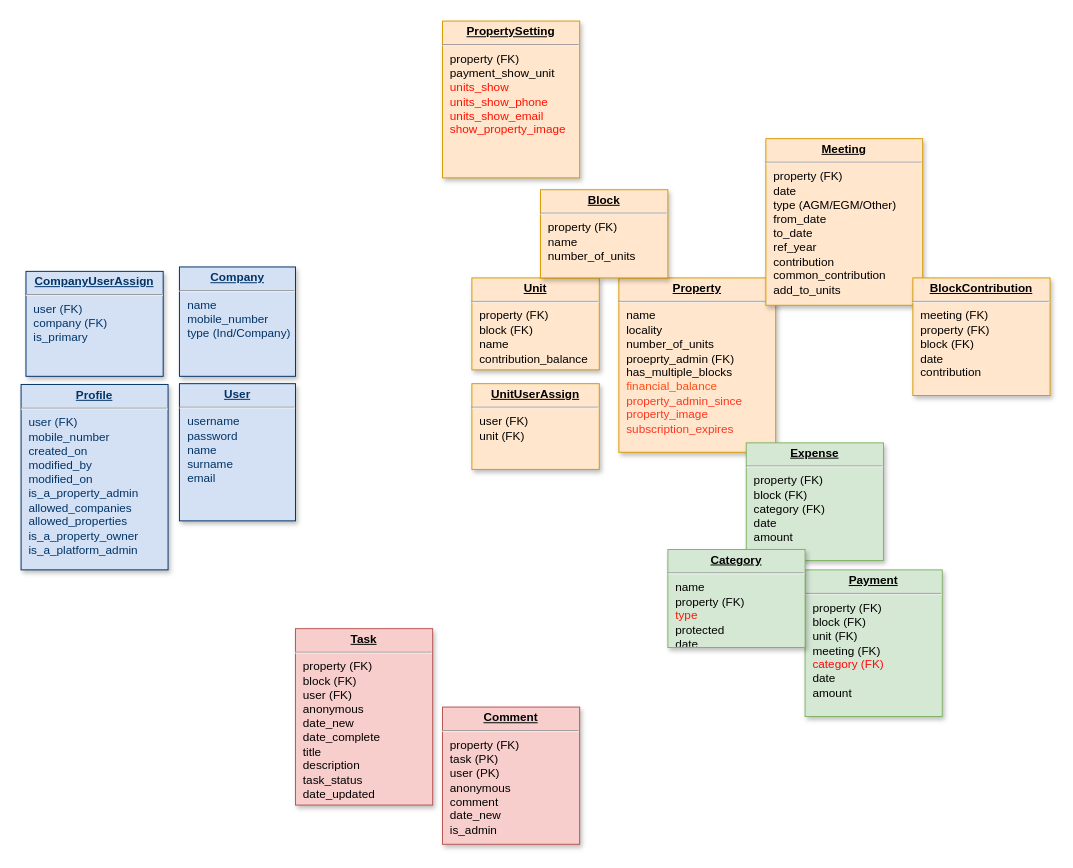
This is Untitled Diagram.drawio from gilubilu/hello-world, a draw.io file, before an edit. Source tidied: cells renumbered, new cells numbered last; positions are measured from the earlier drawing's top-left corner, leaving out a move shared by most shapes. Both pictures are drawn from the tidied source at 98%, with x=0, y=0 at pixel (21, 21).
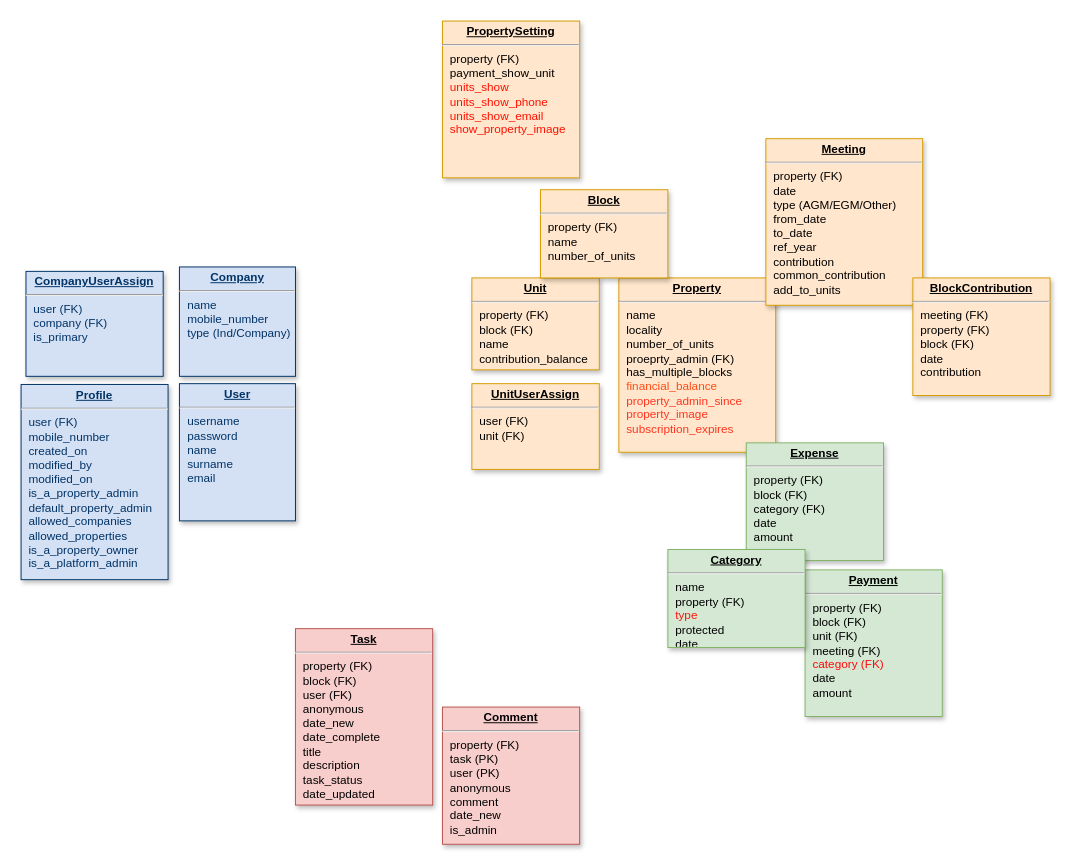
After the change.

What changed in the source:
```diff
@@
 <mxGraphModel background="#ffffff">
   <root>
     <mxCell id="0" />
     <mxCell id="1" parent="0" />
     <mxCell id="2" value="&lt;p style=&quot;margin: 0px ; margin-top: 4px ; text-align: center ; text-decoration: underline&quot;&gt;&lt;b&gt;UnitUserAssign&lt;/b&gt;&lt;/p&gt;&lt;hr&gt;&lt;p style=&quot;margin: 0px ; margin-left: 8px&quot;&gt;user (FK)&lt;/p&gt;&lt;p style=&quot;margin: 0px ; margin-left: 8px&quot;&gt;unit (FK)&lt;/p&gt;" style="verticalAlign=top;align=left;overflow=fill;fontSize=12;fontFamily=Helvetica;html=1;strokeColor=#d79b00;shadow=1;fillColor=#ffe6cc;" parent="1" vertex="1">
       <mxGeometry x="460" y="370" width="130" height="87.5" as="geometry" />
     </mxCell>
     <mxCell id="3" value="&lt;p style=&quot;margin: 0px ; margin-top: 4px ; text-align: center ; text-decoration: underline&quot;&gt;&lt;strong&gt;Unit&lt;/strong&gt;&lt;/p&gt;&lt;hr&gt;&lt;p style=&quot;margin: 0px ; margin-left: 8px&quot;&gt;property (FK)&lt;/p&gt;&lt;p style=&quot;margin: 0px ; margin-left: 8px&quot;&gt;block (FK)&lt;/p&gt;&lt;p style=&quot;margin: 0px ; margin-left: 8px&quot;&gt;name&lt;/p&gt;&lt;p style=&quot;margin: 0px ; margin-left: 8px&quot;&gt;&lt;span&gt;contribution_balance&lt;/span&gt;&lt;br&gt;&lt;/p&gt;&lt;p style=&quot;margin: 0px ; margin-left: 8px&quot;&gt;&lt;br&gt;&lt;/p&gt;" style="verticalAlign=top;align=left;overflow=fill;fontSize=12;fontFamily=Helvetica;html=1;strokeColor=#d79b00;shadow=1;fillColor=#ffe6cc;" parent="1" vertex="1">
       <mxGeometry x="460" y="262.1" width="130" height="93.8" as="geometry" />
     </mxCell>
     <mxCell id="4" value="&lt;p style=&quot;margin: 0px ; margin-top: 4px ; text-align: center ; text-decoration: underline&quot;&gt;&lt;strong&gt;Property&lt;/strong&gt;&lt;/p&gt;&lt;hr&gt;&lt;p style=&quot;margin: 0px ; margin-left: 8px&quot;&gt;name&lt;/p&gt;&lt;p style=&quot;margin: 0px ; margin-left: 8px&quot;&gt;locality&lt;/p&gt;&lt;p style=&quot;margin: 0px ; margin-left: 8px&quot;&gt;number_of_units&lt;/p&gt;&lt;p style=&quot;margin: 0px ; margin-left: 8px&quot;&gt;proeprty_admin (FK)&lt;/p&gt;&lt;p style=&quot;margin: 0px ; margin-left: 8px&quot;&gt;&lt;span&gt;has_multiple_blocks&lt;/span&gt;&lt;br&gt;&lt;/p&gt;&lt;p style=&quot;margin: 0px ; margin-left: 8px&quot;&gt;&lt;font color=&quot;#ff4d17&quot;&gt;financial_balance&lt;/font&gt;&lt;/p&gt;&lt;p style=&quot;margin: 0px ; margin-left: 8px&quot;&gt;&lt;font color=&quot;#ff351f&quot;&gt;property_admin_since&lt;/font&gt;&lt;font color=&quot;#ff4d17&quot;&gt;&lt;br&gt;&lt;/font&gt;&lt;/p&gt;&lt;p style=&quot;margin: 0px ; margin-left: 8px&quot;&gt;&lt;font color=&quot;#ff351f&quot;&gt;property_image&lt;/font&gt;&lt;/p&gt;&lt;p style=&quot;margin: 0px ; margin-left: 8px&quot;&gt;&lt;font color=&quot;#ff351f&quot;&gt;subscription_expires&lt;/font&gt;&lt;/p&gt;" style="verticalAlign=top;align=left;overflow=fill;fontSize=12;fontFamily=Helvetica;html=1;strokeColor=#d79b00;shadow=1;fillColor=#ffe6cc;" parent="1" vertex="1">
       <mxGeometry x="610" y="262.1" width="160" height="177.9" as="geometry" />
     </mxCell>
-    <mxCell id="5" value="&lt;p style=&quot;margin: 0px ; margin-top: 4px ; text-align: center ; text-decoration: underline&quot;&gt;&lt;strong&gt;Profile&lt;/strong&gt;&lt;/p&gt;&lt;hr&gt;&lt;p style=&quot;margin: 0px ; margin-left: 8px&quot;&gt;user (FK)&lt;/p&gt;&lt;p style=&quot;margin: 0px ; margin-left: 8px&quot;&gt;mobile_number&lt;/p&gt;&lt;p style=&quot;margin: 0px ; margin-left: 8px&quot;&gt;created_on&lt;/p&gt;&lt;p style=&quot;margin: 0px ; margin-left: 8px&quot;&gt;modified_by&lt;/p&gt;&lt;p style=&quot;margin: 0px ; margin-left: 8px&quot;&gt;modified_on&lt;/p&gt;&lt;p style=&quot;margin: 0px ; margin-left: 8px&quot;&gt;is_a_property_admin&lt;/p&gt;&lt;p style=&quot;margin: 0px ; margin-left: 8px&quot;&gt;allowed_companies&lt;/p&gt;&lt;p style=&quot;margin: 0px ; margin-left: 8px&quot;&gt;allowed_properties&lt;/p&gt;&lt;p style=&quot;margin: 0px ; margin-left: 8px&quot;&gt;is_a_property_owner&lt;/p&gt;&lt;p style=&quot;margin: 0px ; margin-left: 8px&quot;&gt;is_a_platform_admin&lt;/p&gt;" style="verticalAlign=top;align=left;overflow=fill;fontSize=12;fontFamily=Helvetica;html=1;strokeColor=#003366;shadow=1;fillColor=#D4E1F5;fontColor=#003366;direction=west;" parent="1" vertex="1">
-      <mxGeometry y="370.8" width="150" height="189.2" as="geometry" />
+    <mxCell id="5" value="&lt;p style=&quot;margin: 0px ; margin-top: 4px ; text-align: center ; text-decoration: underline&quot;&gt;&lt;strong&gt;Profile&lt;/strong&gt;&lt;/p&gt;&lt;hr&gt;&lt;p style=&quot;margin: 0px ; margin-left: 8px&quot;&gt;user (FK)&lt;/p&gt;&lt;p style=&quot;margin: 0px ; margin-left: 8px&quot;&gt;mobile_number&lt;/p&gt;&lt;p style=&quot;margin: 0px ; margin-left: 8px&quot;&gt;created_on&lt;/p&gt;&lt;p style=&quot;margin: 0px ; margin-left: 8px&quot;&gt;modified_by&lt;/p&gt;&lt;p style=&quot;margin: 0px ; margin-left: 8px&quot;&gt;modified_on&lt;/p&gt;&lt;p style=&quot;margin: 0px ; margin-left: 8px&quot;&gt;is_a_property_admin&lt;/p&gt;&lt;p style=&quot;margin: 0px ; margin-left: 8px&quot;&gt;default_property_admin&lt;br&gt;&lt;/p&gt;&lt;p style=&quot;margin: 0px ; margin-left: 8px&quot;&gt;allowed_companies&lt;/p&gt;&lt;p style=&quot;margin: 0px ; margin-left: 8px&quot;&gt;allowed_properties&lt;/p&gt;&lt;p style=&quot;margin: 0px ; margin-left: 8px&quot;&gt;is_a_property_owner&lt;/p&gt;&lt;p style=&quot;margin: 0px ; margin-left: 8px&quot;&gt;is_a_platform_admin&lt;/p&gt;" style="verticalAlign=top;align=left;overflow=fill;fontSize=12;fontFamily=Helvetica;html=1;strokeColor=#003366;shadow=1;fillColor=#D4E1F5;fontColor=#003366;direction=west;" parent="1" vertex="1">
+      <mxGeometry y="370.8" width="150" height="199.2" as="geometry" />
     </mxCell>
     <mxCell id="6" value="&lt;p style=&quot;margin: 0px ; margin-top: 4px ; text-align: center ; text-decoration: underline&quot;&gt;&lt;b&gt;User&lt;/b&gt;&lt;/p&gt;&lt;hr&gt;&lt;p style=&quot;margin: 0px ; margin-left: 8px&quot;&gt;username&lt;/p&gt;&lt;p style=&quot;margin: 0px ; margin-left: 8px&quot;&gt;password&lt;/p&gt;&lt;p style=&quot;margin: 0px ; margin-left: 8px&quot;&gt;name&lt;/p&gt;&lt;p style=&quot;margin: 0px ; margin-left: 8px&quot;&gt;surname&lt;/p&gt;&lt;p style=&quot;margin: 0px ; margin-left: 8px&quot;&gt;email&lt;/p&gt;" style="verticalAlign=top;align=left;overflow=fill;fontSize=12;fontFamily=Helvetica;html=1;strokeColor=#003366;shadow=1;fillColor=#D4E1F5;fontColor=#003366;direction=south;" parent="1" vertex="1">
       <mxGeometry x="161.6" y="370" width="118.4" height="140" as="geometry" />
     </mxCell>
     <mxCell id="7" value="&lt;p style=&quot;margin: 0px ; margin-top: 4px ; text-align: center ; text-decoration: underline&quot;&gt;&lt;b&gt;Company&lt;/b&gt;&lt;/p&gt;&lt;hr&gt;&lt;p style=&quot;margin: 0px ; margin-left: 8px&quot;&gt;name&lt;/p&gt;&lt;p style=&quot;margin: 0px ; margin-left: 8px&quot;&gt;mobile_number&lt;/p&gt;&lt;p style=&quot;margin: 0px ; margin-left: 8px&quot;&gt;type (Ind/Company)&lt;/p&gt;" style="verticalAlign=top;align=left;overflow=fill;fontSize=12;fontFamily=Helvetica;html=1;strokeColor=#003366;shadow=1;fillColor=#D4E1F5;fontColor=#003366;direction=south;" parent="1" vertex="1">
       <mxGeometry x="161.6" y="250.9" width="118.4" height="111.6" as="geometry" />
     </mxCell>
     <mxCell id="8" value="&lt;p style=&quot;margin: 0px ; margin-top: 4px ; text-align: center ; text-decoration: underline&quot;&gt;&lt;b&gt;CompanyUserAssign&lt;/b&gt;&lt;/p&gt;&lt;hr&gt;&lt;p style=&quot;margin: 0px ; margin-left: 8px&quot;&gt;user (FK)&lt;/p&gt;&lt;p style=&quot;margin: 0px ; margin-left: 8px&quot;&gt;company (FK)&lt;/p&gt;&lt;p style=&quot;margin: 0px ; margin-left: 8px&quot;&gt;is_primary&lt;/p&gt;" style="verticalAlign=top;align=left;overflow=fill;fontSize=12;fontFamily=Helvetica;html=1;strokeColor=#003366;shadow=1;fillColor=#D4E1F5;fontColor=#003366;direction=east;" parent="1" vertex="1">
       <mxGeometry x="5" y="255.4" width="140" height="107.1" as="geometry" />
     </mxCell>
     <mxCell id="9" value="&lt;p style=&quot;margin: 0px ; margin-top: 4px ; text-align: center ; text-decoration: underline&quot;&gt;&lt;strong&gt;Meeting&lt;/strong&gt;&lt;/p&gt;&lt;hr&gt;&lt;p style=&quot;margin: 0px ; margin-left: 8px&quot;&gt;property (FK)&lt;/p&gt;&lt;p style=&quot;margin: 0px ; margin-left: 8px&quot;&gt;date&lt;/p&gt;&lt;p style=&quot;margin: 0px ; margin-left: 8px&quot;&gt;type (AGM/EGM/Other)&lt;/p&gt;&lt;p style=&quot;margin: 0px ; margin-left: 8px&quot;&gt;from_date&lt;/p&gt;&lt;p style=&quot;margin: 0px ; margin-left: 8px&quot;&gt;to_date&lt;/p&gt;&lt;p style=&quot;margin: 0px ; margin-left: 8px&quot;&gt;ref_year&lt;/p&gt;&lt;p style=&quot;margin: 0px ; margin-left: 8px&quot;&gt;contribution&lt;/p&gt;&lt;p style=&quot;margin: 0px ; margin-left: 8px&quot;&gt;common_contribution&lt;/p&gt;&lt;p style=&quot;margin: 0px ; margin-left: 8px&quot;&gt;add_to_units&lt;/p&gt;" style="verticalAlign=top;align=left;overflow=fill;fontSize=12;fontFamily=Helvetica;html=1;strokeColor=#d79b00;shadow=1;fillColor=#ffe6cc;direction=west;" parent="1" vertex="1">
       <mxGeometry x="760" y="120" width="160" height="170" as="geometry" />
     </mxCell>
     <mxCell id="10" value="&lt;p style=&quot;margin: 0px ; margin-top: 4px ; text-align: center ; text-decoration: underline&quot;&gt;&lt;strong&gt;BlockContribution&lt;/strong&gt;&lt;/p&gt;&lt;hr&gt;&lt;p style=&quot;margin: 0px ; margin-left: 8px&quot;&gt;meeting (FK)&lt;/p&gt;&lt;p style=&quot;margin: 0px ; margin-left: 8px&quot;&gt;property (FK)&lt;/p&gt;&lt;p style=&quot;margin: 0px ; margin-left: 8px&quot;&gt;block (FK)&lt;/p&gt;&lt;p style=&quot;margin: 0px ; margin-left: 8px&quot;&gt;date&lt;/p&gt;&lt;p style=&quot;margin: 0px ; margin-left: 8px&quot;&gt;contribution&lt;br&gt;&lt;/p&gt;" style="verticalAlign=top;align=left;overflow=fill;fontSize=12;fontFamily=Helvetica;html=1;strokeColor=#d79b00;shadow=1;fillColor=#ffe6cc;direction=west;" parent="1" vertex="1">
       <mxGeometry x="910" y="262.1" width="140" height="120" as="geometry" />
     </mxCell>
     <mxCell id="11" value="&lt;p style=&quot;margin: 0px ; margin-top: 4px ; text-align: center ; text-decoration: underline&quot;&gt;&lt;strong&gt;Block&lt;/strong&gt;&lt;/p&gt;&lt;hr&gt;&lt;p style=&quot;margin: 0px ; margin-left: 8px&quot;&gt;property (FK)&lt;/p&gt;&lt;p style=&quot;margin: 0px ; margin-left: 8px&quot;&gt;name&lt;/p&gt;&lt;p style=&quot;margin: 0px ; margin-left: 8px&quot;&gt;number_of_units&lt;/p&gt;&lt;p style=&quot;margin: 0px ; margin-left: 8px&quot;&gt;&lt;br&gt;&lt;/p&gt;" style="verticalAlign=top;align=left;overflow=fill;fontSize=12;fontFamily=Helvetica;html=1;strokeColor=#d79b00;shadow=1;fillColor=#ffe6cc;direction=west;" parent="1" vertex="1">
       <mxGeometry x="530" y="172.1" width="130" height="90" as="geometry" />
     </mxCell>
     <mxCell id="12" value="&lt;p style=&quot;margin: 0px ; margin-top: 4px ; text-align: center ; text-decoration: underline&quot;&gt;&lt;strong&gt;Payment&lt;/strong&gt;&lt;/p&gt;&lt;hr&gt;&lt;p style=&quot;margin: 0px ; margin-left: 8px&quot;&gt;&lt;span&gt;property (FK)&lt;/span&gt;&lt;br&gt;&lt;/p&gt;&lt;p style=&quot;margin: 0px ; margin-left: 8px&quot;&gt;&lt;span&gt;block (FK)&lt;/span&gt;&lt;/p&gt;&lt;p style=&quot;margin: 0px ; margin-left: 8px&quot;&gt;&lt;span&gt;unit (FK)&lt;/span&gt;&lt;/p&gt;&lt;p style=&quot;margin: 0px ; margin-left: 8px&quot;&gt;meeting (FK)&lt;/p&gt;&lt;p style=&quot;margin: 0px ; margin-left: 8px&quot;&gt;&lt;font color=&quot;#ff0a0a&quot;&gt;category (FK)&lt;/font&gt;&lt;/p&gt;&lt;p style=&quot;margin: 0px ; margin-left: 8px&quot;&gt;date&lt;span&gt;&lt;br&gt;&lt;/span&gt;&lt;/p&gt;&lt;p style=&quot;margin: 0px ; margin-left: 8px&quot;&gt;&lt;span&gt;amount&lt;/span&gt;&lt;/p&gt;" style="verticalAlign=top;align=left;overflow=fill;fontSize=12;fontFamily=Helvetica;html=1;strokeColor=#82b366;shadow=1;fillColor=#d5e8d4;direction=west;" parent="1" vertex="1">
       <mxGeometry x="800" y="560" width="140" height="149.6" as="geometry" />
     </mxCell>
     <mxCell id="13" value="&lt;p style=&quot;margin: 0px ; margin-top: 4px ; text-align: center ; text-decoration: underline&quot;&gt;&lt;strong&gt;Expense&lt;/strong&gt;&lt;/p&gt;&lt;hr&gt;&lt;p style=&quot;margin: 0px ; margin-left: 8px&quot;&gt;&lt;span&gt;property (FK)&lt;/span&gt;&lt;/p&gt;&lt;p style=&quot;margin: 0px ; margin-left: 8px&quot;&gt;&lt;span&gt;block (FK)&lt;/span&gt;&lt;/p&gt;&lt;p style=&quot;margin: 0px ; margin-left: 8px&quot;&gt;category (FK)&lt;/p&gt;&lt;p style=&quot;margin: 0px ; margin-left: 8px&quot;&gt;date&lt;/p&gt;&lt;p style=&quot;margin: 0px ; margin-left: 8px&quot;&gt;&lt;span&gt;amount&lt;/span&gt;&lt;br&gt;&lt;/p&gt;&lt;p style=&quot;margin: 0px ; margin-left: 8px&quot;&gt;&lt;br&gt;&lt;/p&gt;" style="verticalAlign=top;align=left;overflow=fill;fontSize=12;fontFamily=Helvetica;html=1;strokeColor=#82b366;shadow=1;fillColor=#d5e8d4;direction=west;" parent="1" vertex="1">
       <mxGeometry x="740" y="430.4" width="140" height="120" as="geometry" />
     </mxCell>
     <mxCell id="14" value="&lt;p style=&quot;margin: 0px ; margin-top: 4px ; text-align: center ; text-decoration: underline&quot;&gt;&lt;strong&gt;Category&lt;/strong&gt;&lt;/p&gt;&lt;hr&gt;&lt;p style=&quot;margin: 0px ; margin-left: 8px&quot;&gt;name&lt;br&gt;&lt;/p&gt;&lt;p style=&quot;margin: 0px ; margin-left: 8px&quot;&gt;property (FK)&lt;/p&gt;&lt;p style=&quot;margin: 0px ; margin-left: 8px&quot;&gt;&lt;font color=&quot;#ff1808&quot;&gt;type&lt;/font&gt;&lt;/p&gt;&lt;p style=&quot;margin: 0px ; margin-left: 8px&quot;&gt;protected&lt;/p&gt;&lt;p style=&quot;margin: 0px ; margin-left: 8px&quot;&gt;date&lt;/p&gt;" style="verticalAlign=top;align=left;overflow=fill;fontSize=12;fontFamily=Helvetica;html=1;strokeColor=#82b366;shadow=1;fillColor=#d5e8d4;direction=west;" parent="1" vertex="1">
       <mxGeometry x="660" y="539.2" width="140" height="100" as="geometry" />
     </mxCell>
     <mxCell id="15" value="&lt;p style=&quot;margin: 0px ; margin-top: 4px ; text-align: center ; text-decoration: underline&quot;&gt;&lt;strong&gt;Task&lt;/strong&gt;&lt;/p&gt;&lt;hr&gt;&lt;p style=&quot;margin: 0px ; margin-left: 8px&quot;&gt;&lt;span&gt;property (FK)&lt;/span&gt;&lt;br&gt;&lt;/p&gt;&lt;p style=&quot;margin: 0px ; margin-left: 8px&quot;&gt;&lt;span&gt;block (FK)&lt;/span&gt;&lt;/p&gt;&lt;p style=&quot;margin: 0px ; margin-left: 8px&quot;&gt;&lt;span&gt;user (FK)&lt;/span&gt;&lt;/p&gt;&lt;p style=&quot;margin: 0px ; margin-left: 8px&quot;&gt;&lt;span&gt;anonymous&lt;/span&gt;&lt;/p&gt;&lt;p style=&quot;margin: 0px ; margin-left: 8px&quot;&gt;date_new&lt;/p&gt;&lt;p style=&quot;margin: 0px ; margin-left: 8px&quot;&gt;date_complete&lt;/p&gt;&lt;p style=&quot;margin: 0px ; margin-left: 8px&quot;&gt;title&lt;span&gt;&lt;br&gt;&lt;/span&gt;&lt;/p&gt;&lt;p style=&quot;margin: 0px ; margin-left: 8px&quot;&gt;&lt;span&gt;description&lt;/span&gt;&lt;/p&gt;&lt;p style=&quot;margin: 0px ; margin-left: 8px&quot;&gt;&lt;span&gt;task_status&lt;/span&gt;&lt;/p&gt;&lt;p style=&quot;margin: 0px ; margin-left: 8px&quot;&gt;&lt;span&gt;date_updated&lt;/span&gt;&lt;/p&gt;" style="verticalAlign=top;align=left;overflow=fill;fontSize=12;fontFamily=Helvetica;html=1;strokeColor=#b85450;shadow=1;fillColor=#f8cecc;direction=west;" parent="1" vertex="1">
       <mxGeometry x="280" y="620" width="140" height="180" as="geometry" />
     </mxCell>
     <mxCell id="16" value="&lt;p style=&quot;margin: 0px ; margin-top: 4px ; text-align: center ; text-decoration: underline&quot;&gt;&lt;b&gt;Comment&lt;/b&gt;&lt;/p&gt;&lt;hr&gt;&lt;p style=&quot;margin: 0px ; margin-left: 8px&quot;&gt;&lt;span&gt;property (FK)&lt;/span&gt;&lt;br&gt;&lt;/p&gt;&lt;p style=&quot;margin: 0px ; margin-left: 8px&quot;&gt;&lt;span&gt;task (PK)&lt;/span&gt;&lt;/p&gt;&lt;p style=&quot;margin: 0px ; margin-left: 8px&quot;&gt;&lt;span&gt;user (PK)&lt;/span&gt;&lt;/p&gt;&lt;p style=&quot;margin: 0px ; margin-left: 8px&quot;&gt;&lt;span&gt;anonymous&lt;/span&gt;&lt;/p&gt;&lt;p style=&quot;margin: 0px ; margin-left: 8px&quot;&gt;&lt;span&gt;comment&lt;/span&gt;&lt;/p&gt;&lt;p style=&quot;margin: 0px ; margin-left: 8px&quot;&gt;&lt;span&gt;date_new&lt;/span&gt;&lt;/p&gt;&lt;p style=&quot;margin: 0px ; margin-left: 8px&quot;&gt;&lt;span&gt;is_admin&lt;/span&gt;&lt;/p&gt;&lt;p style=&quot;margin: 0px ; margin-left: 8px&quot;&gt;&lt;span&gt;&lt;br&gt;&lt;/span&gt;&lt;/p&gt;" style="verticalAlign=top;align=left;overflow=fill;fontSize=12;fontFamily=Helvetica;html=1;strokeColor=#b85450;shadow=1;fillColor=#f8cecc;direction=west;" parent="1" vertex="1">
       <mxGeometry x="430" y="700" width="140" height="140" as="geometry" />
     </mxCell>
     <mxCell id="17" value="&lt;p style=&quot;margin: 0px ; margin-top: 4px ; text-align: center ; text-decoration: underline&quot;&gt;&lt;strong&gt;PropertySetting&lt;/strong&gt;&lt;/p&gt;&lt;hr&gt;&lt;p style=&quot;margin: 0px ; margin-left: 8px&quot;&gt;property (FK)&lt;/p&gt;&lt;p style=&quot;margin: 0px ; margin-left: 8px&quot;&gt;payment_show_unit&lt;/p&gt;&lt;p style=&quot;margin: 0px ; margin-left: 8px&quot;&gt;&lt;font color=&quot;#ff1100&quot;&gt;units_show&lt;/font&gt;&lt;/p&gt;&lt;p style=&quot;margin: 0px ; margin-left: 8px&quot;&gt;&lt;font color=&quot;#ff1100&quot;&gt;units_show_phone&lt;/font&gt;&lt;/p&gt;&lt;p style=&quot;margin: 0px ; margin-left: 8px&quot;&gt;&lt;font color=&quot;#ff1100&quot;&gt;units_show_email&lt;/font&gt;&lt;/p&gt;&lt;p style=&quot;margin: 0px ; margin-left: 8px&quot;&gt;&lt;font color=&quot;#ff1100&quot;&gt;show_property_image&lt;/font&gt;&lt;/p&gt;" style="verticalAlign=top;align=left;overflow=fill;fontSize=12;fontFamily=Helvetica;html=1;strokeColor=#d79b00;shadow=1;fillColor=#ffe6cc;direction=west;" parent="1" vertex="1">
       <mxGeometry x="430" width="140" height="160" as="geometry" />
     </mxCell>
   </root>
 </mxGraphModel>
```
